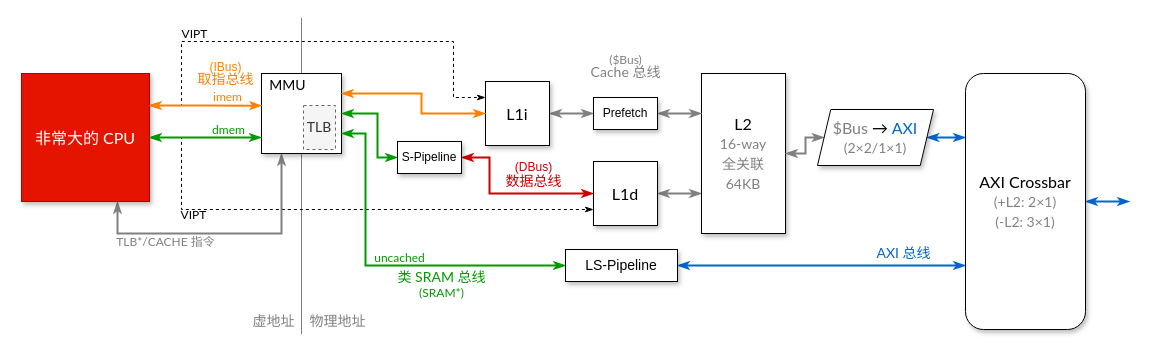
This is cache/assets/architecture.drawio from NSCSCC-2020-Fudan/FDU1.1-NSCSCC, a draw.io file, before an edit. Source tidied: cells renumbered, new cells numbered last; positions are measured from the earlier drawing's top-left corner, leaving out a move shared by most shapes. Both pictures are drawn from the tidied source at 100%, with x=0, y=0 at pixel (21, 17).
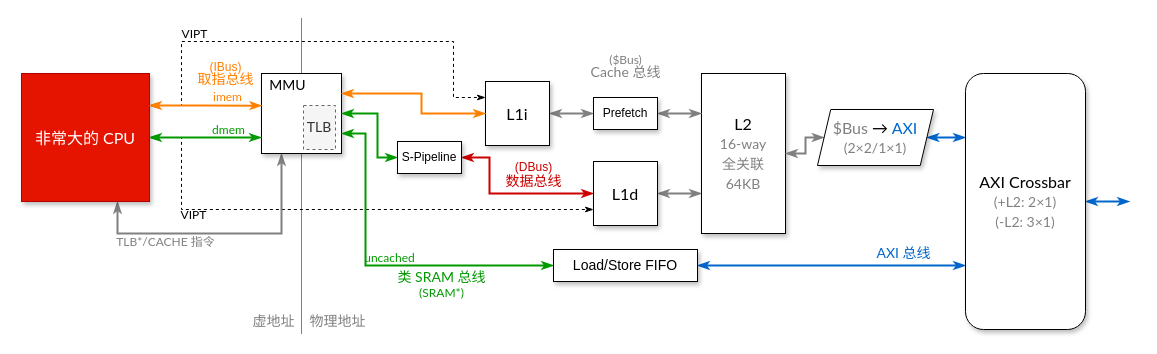
The same page after the edit.

Commit message (it also covers changes not shown here):
Rename "LS-Pipeline" to "Load/Store FIFO" in design.

Diff of the diagram source:
```diff
@@
-    <mxCell id="47" value="LS-Pipeline" style="rounded=0;whiteSpace=wrap;html=1;shadow=1;fontSize=14;fontColor=#000000;rotation=0;" parent="1" vertex="1">
-      <mxGeometry x="544" y="232" width="112" height="32" as="geometry" />
+    <mxCell id="47" value="Load/Store FIFO" style="rounded=0;whiteSpace=wrap;html=1;shadow=1;fontSize=14;fontColor=#000000;rotation=0;" parent="1" vertex="1">
+      <mxGeometry x="532" y="232" width="144" height="32" as="geometry" />
     </mxCell>
```
